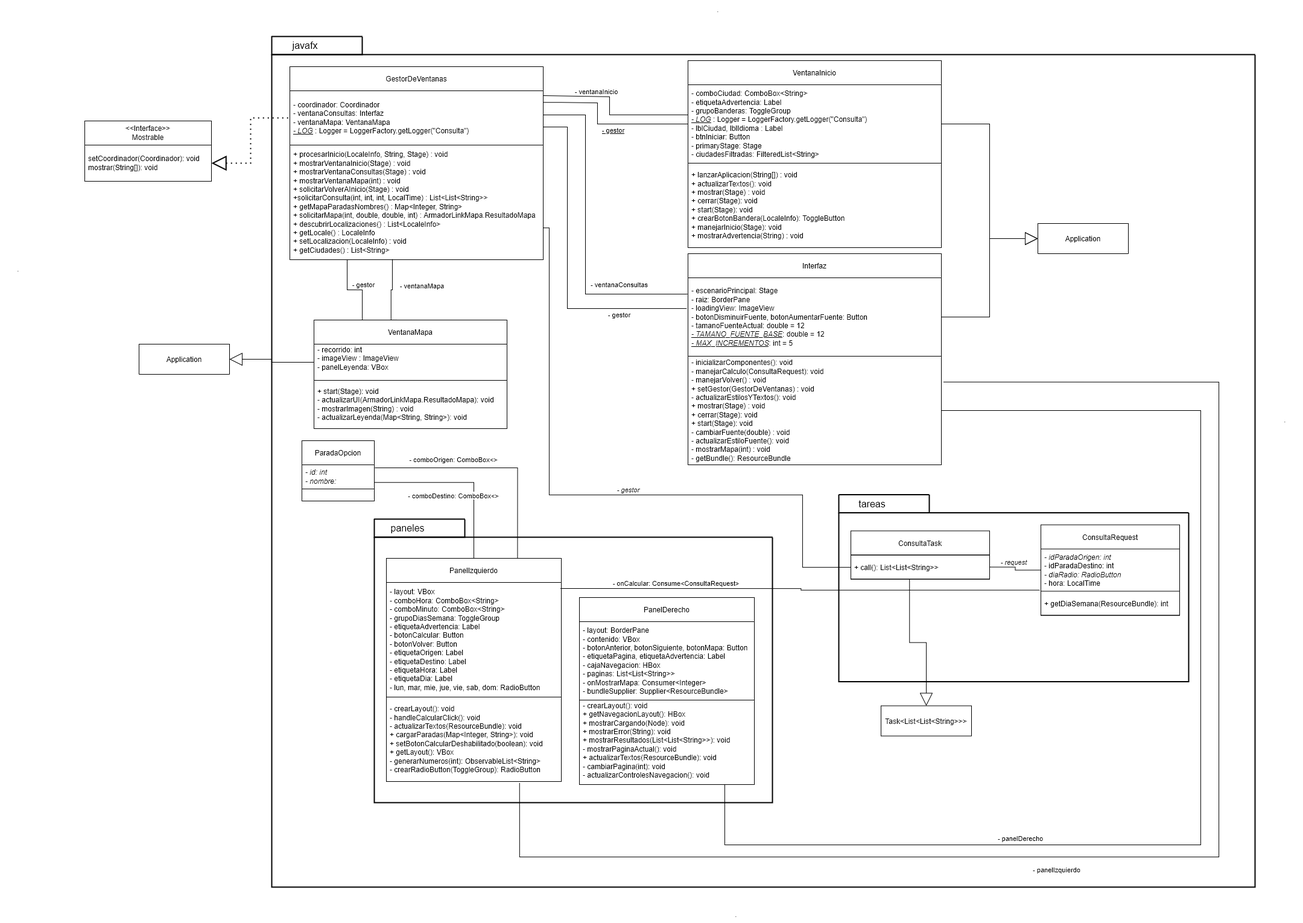
Earlier version of the draw.io export docs/uml/colectivo.interfaz.javafx.png (AverageZeko/POO-colectivos). Source tidied: cells renumbered, new cells last; positions are measured from the earlier drawing's top-left corner, leaving out a move shared by most shapes.
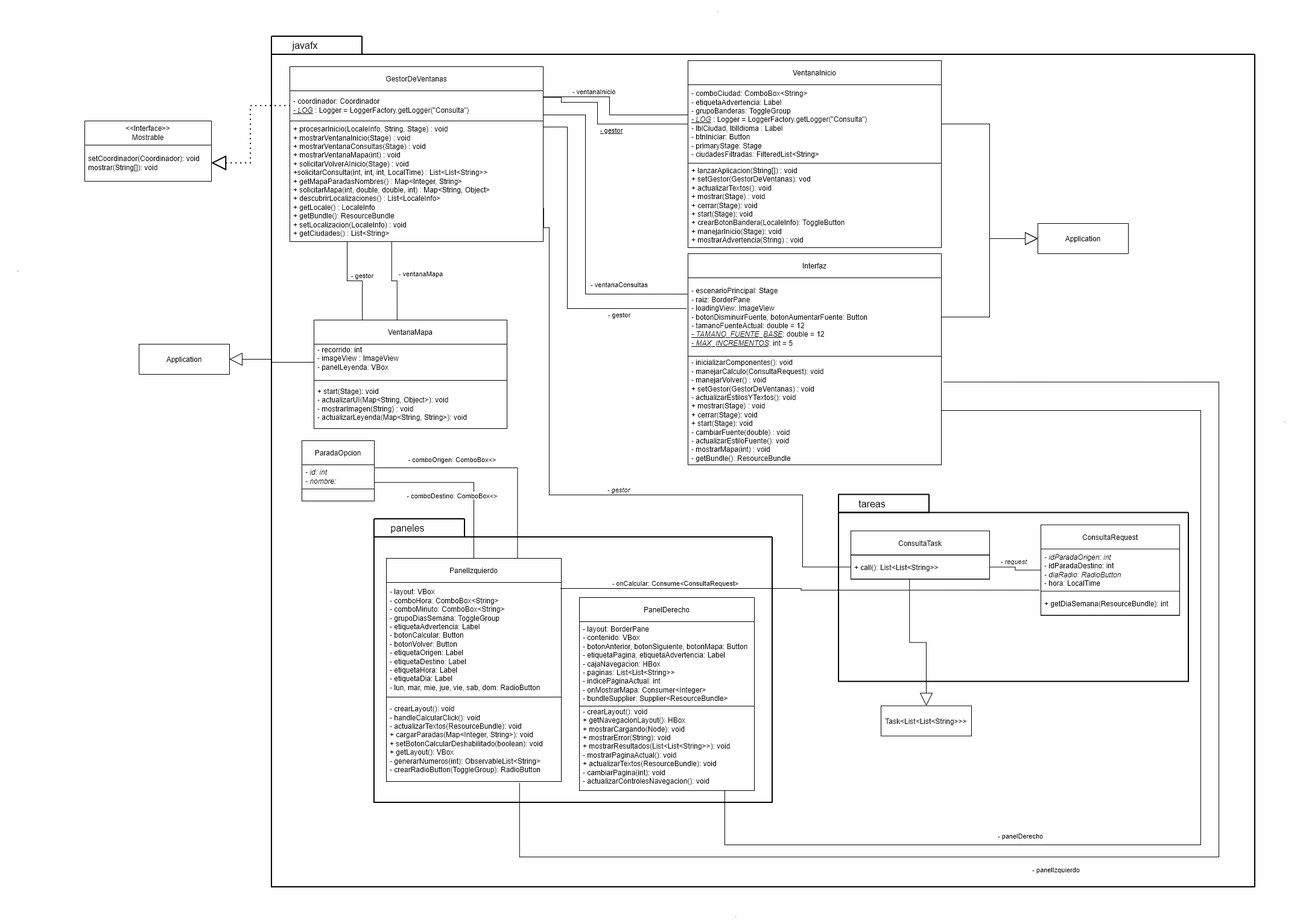
After the change.

Change to the diagram source:
```diff
@@ -6,13 +6,13 @@
       <mxGeometry x="450" y="90" width="1630" height="1380" as="geometry" />
     </mxCell>
     <mxCell id="3" value="GestorDeVentanas" style="swimlane;fontStyle=0;horizontal=1;startSize=40;whiteSpace=wrap;html=1;" parent="2" vertex="1">
-      <mxGeometry x="30" y="20" width="420" height="320" as="geometry" />
+      <mxGeometry x="30" y="20" width="420" height="290" as="geometry" />
     </mxCell>
-    <mxCell id="4" value="&lt;div&gt;- coordinador: Coordinador&lt;/div&gt;&lt;div&gt;- ventanaConsultas: Interfaz&lt;/div&gt;&lt;div&gt;- ventanaMapa: VentanaMapa&lt;/div&gt;&lt;div&gt;&lt;u&gt;&lt;i&gt;- LOG&lt;/i&gt;&lt;/u&gt;&amp;nbsp;: Logger = LoggerFactory.getLogger(&quot;Consulta&quot;)&lt;/div&gt;" style="text;strokeColor=none;fillColor=none;align=left;verticalAlign=middle;spacingLeft=4;spacingRight=4;overflow=hidden;points=[[0,0.5],[1,0.5]];portConstraint=eastwest;whiteSpace=wrap;html=1;" parent="3" vertex="1">
-      <mxGeometry y="40" width="420" height="90" as="geometry" />
+    <mxCell id="4" value="&lt;div&gt;- coordinador: Coordinador&lt;/div&gt;&lt;div&gt;&lt;u&gt;&lt;i&gt;- LOG&lt;/i&gt;&lt;/u&gt;&amp;nbsp;: Logger = LoggerFactory.getLogger(&quot;Consulta&quot;)&lt;/div&gt;" style="text;strokeColor=none;fillColor=none;align=left;verticalAlign=middle;spacingLeft=4;spacingRight=4;overflow=hidden;points=[[0,0.5],[1,0.5]];portConstraint=eastwest;whiteSpace=wrap;html=1;" parent="3" vertex="1">
+      <mxGeometry y="40" width="420" height="50" as="geometry" />
     </mxCell>
-    <mxCell id="5" value="&lt;div&gt;+ procesarInicio(LocaleInfo, String, Stage) : void&lt;/div&gt;&lt;div&gt;+ mostrarVentanaInicio(Stage) : void&lt;/div&gt;&lt;div&gt;+ mostrarVentanaConsultas(Stage) : void&lt;/div&gt;&lt;div&gt;+ mostrarVentanaMapa(int) : void&lt;/div&gt;&lt;div&gt;+ solicitarVolverAInicio(Stage) : void&lt;/div&gt;&lt;div&gt;+solicitarConsulta(int, int, int, LocalTime) : List&amp;lt;List&amp;lt;String&amp;gt;&amp;gt;&lt;/div&gt;&lt;div&gt;+ getMapaParadasNombres() : Map&amp;lt;Integer, String&amp;gt;&lt;/div&gt;&lt;div&gt;+ solicitarMapa(int, double, double, int) : ArmadorLinkMapa.ResultadoMapa&lt;/div&gt;&lt;div&gt;+ descubrirLocalizaciones() : List&amp;lt;LocaleInfo&amp;gt;&lt;/div&gt;&lt;div&gt;+ getLocale() : LocaleInfo&lt;/div&gt;&lt;div&gt;+ setLocalizacion(LocaleInfo) : void&lt;/div&gt;&lt;div&gt;+ getCiudades() : List&amp;lt;String&amp;gt;&lt;/div&gt;" style="text;strokeColor=default;fillColor=none;align=left;verticalAlign=middle;spacingLeft=4;spacingRight=4;overflow=hidden;points=[[0,0.5],[1,0.5]];portConstraint=eastwest;whiteSpace=wrap;html=1;" parent="3" vertex="1">
-      <mxGeometry y="130" width="420" height="190" as="geometry" />
+    <mxCell id="5" value="&lt;div&gt;+ procesarInicio(LocaleInfo, String, Stage) : void&lt;/div&gt;&lt;div&gt;+ mostrarVentanaInicio(Stage) : void&lt;/div&gt;&lt;div&gt;+ mostrarVentanaConsultas(Stage) : void&lt;/div&gt;&lt;div&gt;+ mostrarVentanaMapa(int) : void&lt;/div&gt;&lt;div&gt;+ solicitarVolverAInicio(Stage) : void&lt;/div&gt;&lt;div&gt;+solicitarConsulta(int, int, int, LocalTime) : List&amp;lt;List&amp;lt;String&amp;gt;&amp;gt;&lt;/div&gt;&lt;div&gt;+ getMapaParadasNombres() : Map&amp;lt;Integer, String&amp;gt;&lt;/div&gt;&lt;div&gt;+ solicitarMapa(int, double, double, int) : Map&amp;lt;String, Object&amp;gt;&lt;/div&gt;&lt;div&gt;+ descubrirLocalizaciones() : List&amp;lt;LocaleInfo&amp;gt;&lt;/div&gt;&lt;div&gt;+ getLocale() : LocaleInfo&lt;/div&gt;&lt;div&gt;+ getBundle(): ResourceBundle&lt;/div&gt;&lt;div&gt;+ setLocalizacion(LocaleInfo) : void&lt;/div&gt;&lt;div&gt;+ getCiudades() : List&amp;lt;String&amp;gt;&lt;/div&gt;" style="text;strokeColor=default;fillColor=none;align=left;verticalAlign=middle;spacingLeft=4;spacingRight=4;overflow=hidden;points=[[0,0.5],[1,0.5]];portConstraint=eastwest;whiteSpace=wrap;html=1;" parent="3" vertex="1">
+      <mxGeometry y="90" width="420" height="200" as="geometry" />
     </mxCell>
     <mxCell id="6" value="VentanaInicio" style="swimlane;fontStyle=0;horizontal=1;startSize=40;whiteSpace=wrap;html=1;" parent="2" vertex="1">
       <mxGeometry x="690" y="10" width="420" height="310" as="geometry" />
@@ -20,7 +20,7 @@
     <mxCell id="7" value="&lt;div&gt;- comboCiudad: ComboBox&amp;lt;String&amp;gt;&lt;/div&gt;&lt;div&gt;- etiquetaAdvertencia: Label&lt;/div&gt;&lt;div&gt;- grupoBanderas: ToggleGroup&lt;/div&gt;&lt;div&gt;&lt;u&gt;&lt;i&gt;- LOG&lt;/i&gt;&lt;/u&gt;&amp;nbsp;: Logger = LoggerFactory.getLogger(&quot;Consulta&quot;)&lt;/div&gt;&lt;div&gt;- lblCiudad, lblIdioma : Label&lt;/div&gt;&lt;div&gt;- btnIniciar: Button&lt;/div&gt;&lt;div&gt;- primaryStage: Stage&lt;/div&gt;&lt;div&gt;- ciudadesFiltradas: FilteredList&amp;lt;String&amp;gt;&lt;/div&gt;" style="text;strokeColor=none;fillColor=none;align=left;verticalAlign=middle;spacingLeft=4;spacingRight=4;overflow=hidden;points=[[0,0.5],[1,0.5]];portConstraint=eastwest;whiteSpace=wrap;html=1;" parent="6" vertex="1">
       <mxGeometry y="40" width="420" height="130" as="geometry" />
     </mxCell>
-    <mxCell id="8" value="&lt;div&gt;+ lanzarAplicacion(String[]) : void&lt;/div&gt;&lt;div&gt;+ actualizarTextos(): void&lt;/div&gt;&lt;div&gt;+ mostrar(Stage) : void&lt;/div&gt;&lt;div&gt;+ cerrar(Stage): void&lt;/div&gt;&lt;div&gt;+ start(Stage): void&lt;/div&gt;&lt;div&gt;+ crearBotonBandera(LocaleInfo): ToggleButton&lt;/div&gt;&lt;div&gt;+ manejarInicio(Stage): void&lt;/div&gt;&lt;div&gt;+ mostrarAdvertencia(String) : void&lt;/div&gt;" style="text;strokeColor=default;fillColor=none;align=left;verticalAlign=middle;spacingLeft=4;spacingRight=4;overflow=hidden;whiteSpace=wrap;html=1;" parent="6" vertex="1">
+    <mxCell id="8" value="&lt;div&gt;+ lanzarAplicacion(String[]) : void&lt;/div&gt;&lt;div&gt;+ setGestor(GestorDeVentanas): vod&lt;/div&gt;&lt;div&gt;+ actualizarTextos(): void&lt;/div&gt;&lt;div&gt;+ mostrar(Stage) : void&lt;/div&gt;&lt;div&gt;+ cerrar(Stage): void&lt;/div&gt;&lt;div&gt;+ start(Stage): void&lt;/div&gt;&lt;div&gt;+ crearBotonBandera(LocaleInfo): ToggleButton&lt;/div&gt;&lt;div&gt;+ manejarInicio(Stage): void&lt;/div&gt;&lt;div&gt;+ mostrarAdvertencia(String) : void&lt;/div&gt;" style="text;strokeColor=default;fillColor=none;align=left;verticalAlign=middle;spacingLeft=4;spacingRight=4;overflow=hidden;whiteSpace=wrap;html=1;" parent="6" vertex="1">
       <mxGeometry y="170" width="420" height="140" as="geometry" />
     </mxCell>
     <mxCell id="9" style="endArrow=none;html=1;rounded=0;entryX=0;entryY=0.5;entryDx=0;entryDy=0;edgeStyle=orthogonalEdgeStyle;exitX=0.999;exitY=0.213;exitDx=0;exitDy=0;exitPerimeter=0;" parent="2" edge="1" source="4" target="7">
@@ -90,7 +90,7 @@
     <mxCell id="23" value="&lt;div&gt;- recorrido: int&lt;/div&gt;&lt;div&gt;- imageView : ImageView&lt;/div&gt;&lt;div&gt;- panelLeyenda: VBox&lt;/div&gt;&lt;div&gt;&lt;br&gt;&lt;/div&gt;" style="text;strokeColor=none;fillColor=none;align=left;verticalAlign=middle;spacingLeft=4;spacingRight=4;overflow=hidden;points=[[0,0.5],[1,0.5]];portConstraint=eastwest;whiteSpace=wrap;html=1;" parent="22" vertex="1">
       <mxGeometry y="40" width="320" height="60" as="geometry" />
     </mxCell>
-    <mxCell id="24" value="&lt;div&gt;+ start(Stage): void&lt;/div&gt;&lt;div&gt;- actualizarUI(ArmadorLinkMapa.ResultadoMapa): void&lt;/div&gt;&lt;div&gt;- mostrarImagen(String) : void&lt;/div&gt;&lt;div&gt;- actualizarLeyenda(Map&amp;lt;String, String&amp;gt;): void&lt;/div&gt;" style="text;strokeColor=default;fillColor=none;align=left;verticalAlign=middle;spacingLeft=4;spacingRight=4;overflow=hidden;whiteSpace=wrap;html=1;" parent="22" vertex="1">
+    <mxCell id="24" value="&lt;div&gt;+ start(Stage): void&lt;/div&gt;&lt;div&gt;- actualizarUI(Map&amp;lt;String, Object&amp;gt;): void&lt;/div&gt;&lt;div&gt;- mostrarImagen(String) : void&lt;/div&gt;&lt;div&gt;- actualizarLeyenda(Map&amp;lt;String, String&amp;gt;): void&lt;/div&gt;" style="text;strokeColor=default;fillColor=none;align=left;verticalAlign=middle;spacingLeft=4;spacingRight=4;overflow=hidden;whiteSpace=wrap;html=1;" parent="22" vertex="1">
       <mxGeometry y="100" width="320" height="80" as="geometry" />
     </mxCell>
     <mxCell id="25" style="endArrow=none;html=1;rounded=0;entryX=0.226;entryY=1;entryDx=0;entryDy=0;entryPerimeter=0;exitX=0.25;exitY=0;exitDx=0;exitDy=0;edgeStyle=orthogonalEdgeStyle;" parent="2" edge="1" source="22" target="5">
@@ -101,10 +101,9 @@
         <mxPoint x="17" y="-9" as="offset" />
       </mxGeometry>
     </mxCell>
-    <mxCell id="27" style="endArrow=none;html=1;rounded=0;entryX=0.648;entryY=0.995;entryDx=0;entryDy=0;entryPerimeter=0;exitX=0.75;exitY=0;exitDx=0;exitDy=0;edgeStyle=orthogonalEdgeStyle;" parent="2" edge="1">
+    <mxCell id="27" style="endArrow=none;html=1;rounded=0;entryX=0.402;entryY=1.001;entryDx=0;entryDy=0;entryPerimeter=0;exitX=0.75;exitY=0;exitDx=0;exitDy=0;edgeStyle=orthogonalEdgeStyle;" parent="2" edge="1" target="5">
       <mxGeometry relative="1" as="geometry">
         <mxPoint x="207.8" y="440" as="sourcePoint" />
-        <mxPoint x="200" y="339.1" as="targetPoint" />
       </mxGeometry>
     </mxCell>
     <mxCell id="28" value="- ventanaMapa" style="edgeLabel;html=1;align=center;verticalAlign=middle;" parent="27" vertex="1">
@@ -146,13 +145,13 @@
       <mxGeometry x="620" y="890" width="660" height="440" as="geometry" />
     </mxCell>
     <mxCell id="40" value="PanelDerecho" style="swimlane;fontStyle=0;horizontal=1;startSize=40;whiteSpace=wrap;html=1;" parent="39" vertex="1">
-      <mxGeometry x="340" y="100" width="290" height="310" as="geometry" />
+      <mxGeometry x="340" y="100" width="290" height="320" as="geometry" />
     </mxCell>
-    <mxCell id="41" value="&lt;div&gt;- layout: BorderPane&lt;/div&gt;&lt;div&gt;- contenido: VBox&lt;/div&gt;&lt;div&gt;- botonAnterior, botonSiguiente, botonMapa: Button&lt;/div&gt;&lt;div&gt;- etiquetaPagina, etiquetaAdvertencia: Label&lt;/div&gt;&lt;div&gt;- cajaNavegacion: HBox&lt;/div&gt;&lt;div&gt;- paginas: List&amp;lt;List&amp;lt;String&amp;gt;&amp;gt;&lt;/div&gt;&lt;div&gt;- onMostrarMapa: Consumer&amp;lt;Integer&amp;gt;&lt;/div&gt;&lt;div&gt;- bundleSupplier: Supplier&amp;lt;ResourceBundle&amp;gt;&lt;/div&gt;" style="text;strokeColor=none;fillColor=none;align=left;verticalAlign=middle;spacingLeft=4;spacingRight=4;overflow=hidden;whiteSpace=wrap;html=1;" parent="40" vertex="1">
-      <mxGeometry y="40" width="290" height="130" as="geometry" />
+    <mxCell id="41" value="&lt;div&gt;- layout: BorderPane&lt;/div&gt;&lt;div&gt;- contenido: VBox&lt;/div&gt;&lt;div&gt;- botonAnterior, botonSiguiente, botonMapa: Button&lt;/div&gt;&lt;div&gt;- etiquetaPagina, etiquetaAdvertencia: Label&lt;/div&gt;&lt;div&gt;- cajaNavegacion: HBox&lt;/div&gt;&lt;div&gt;- paginas: List&amp;lt;List&amp;lt;String&amp;gt;&amp;gt;&lt;/div&gt;&lt;div&gt;- indicePaginaActual: int&lt;/div&gt;&lt;div&gt;- onMostrarMapa: Consumer&amp;lt;Integer&amp;gt;&lt;/div&gt;&lt;div&gt;- bundleSupplier: Supplier&amp;lt;ResourceBundle&amp;gt;&lt;/div&gt;" style="text;strokeColor=none;fillColor=none;align=left;verticalAlign=middle;spacingLeft=4;spacingRight=4;overflow=hidden;whiteSpace=wrap;html=1;" parent="40" vertex="1">
+      <mxGeometry y="40" width="290" height="140" as="geometry" />
     </mxCell>
     <mxCell id="42" value="&lt;div&gt;- crearLayout(): void&lt;/div&gt;&lt;div&gt;+ getNavegacionLayout(): HBox&lt;/div&gt;&lt;div&gt;+ mostrarCargando(Node): void&lt;/div&gt;&lt;div&gt;+ mostrarError(String): void&lt;/div&gt;&lt;div&gt;+ mostrarResultados(List&amp;lt;List&amp;lt;String&amp;gt;&amp;gt;): void&lt;/div&gt;&lt;div&gt;- mostrarPaginaActual(): void&lt;/div&gt;&lt;div&gt;+ actualizarTextos(ResourceBundle): void&lt;/div&gt;&lt;div&gt;- cambiarPagina(int): void&lt;/div&gt;&lt;div&gt;- actualizarControlesNavegacion(): void&lt;/div&gt;&lt;div&gt;&lt;br&gt;&lt;/div&gt;" style="text;strokeColor=default;fillColor=none;align=left;verticalAlign=middle;spacingLeft=4;spacingRight=4;overflow=hidden;points=[[0,0.5],[1,0.5]];portConstraint=eastwest;whiteSpace=wrap;html=1;" parent="40" vertex="1">
-      <mxGeometry y="170" width="290" height="140" as="geometry" />
+      <mxGeometry y="180" width="290" height="140" as="geometry" />
     </mxCell>
     <mxCell id="43" value="PanelIzquierdo" style="swimlane;fontStyle=0;horizontal=1;startSize=40;whiteSpace=wrap;html=1;" parent="39" vertex="1">
       <mxGeometry x="20" y="35" width="290" height="370" as="geometry" />
```
